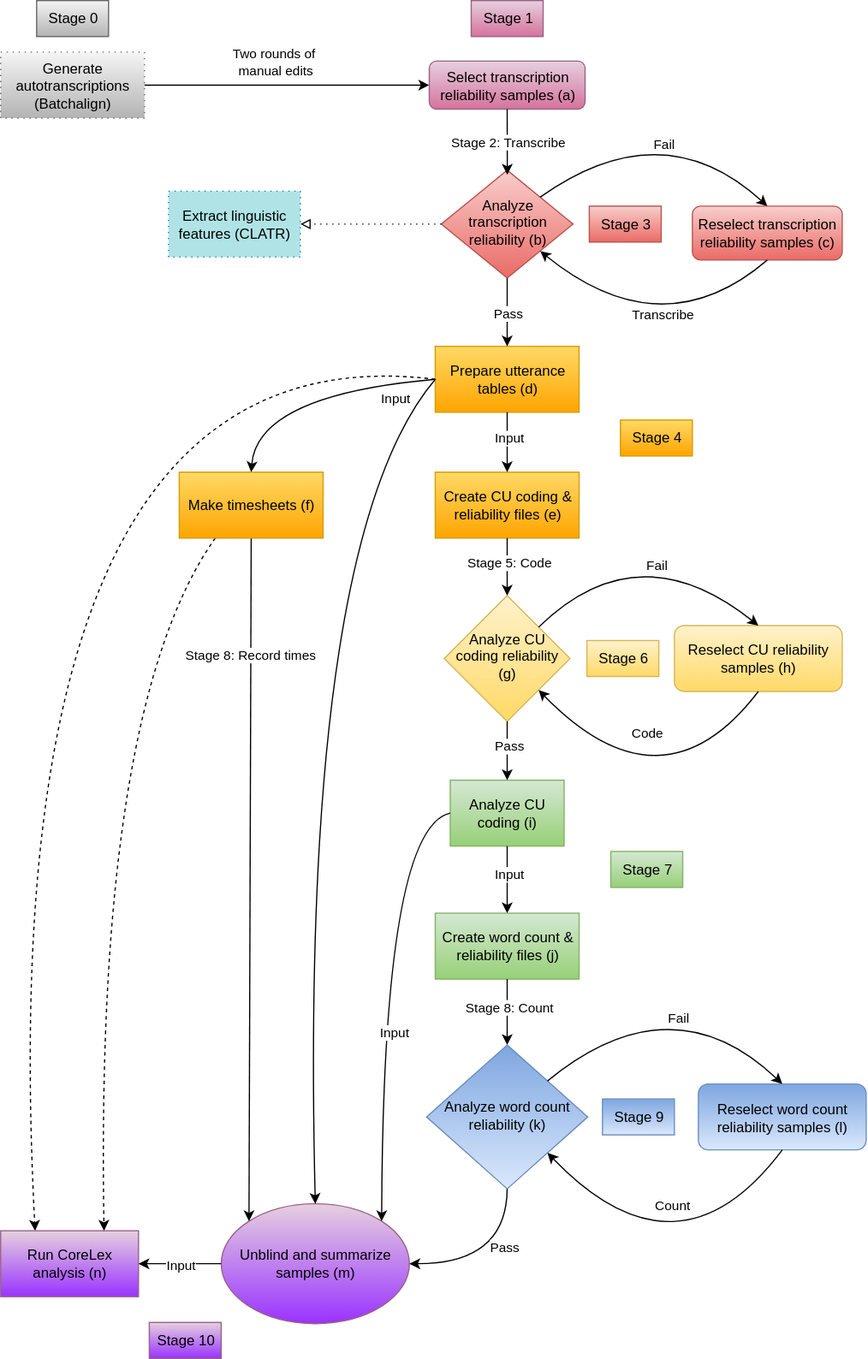
Above: images/RASCAL_workflowchart.svg in nmccloskey/RASCAL (draw.io), before the change. Source tidied: cells renumbered, new cells last; positions are measured from the earlier drawing's top-left corner, leaving out a move shared by most shapes.
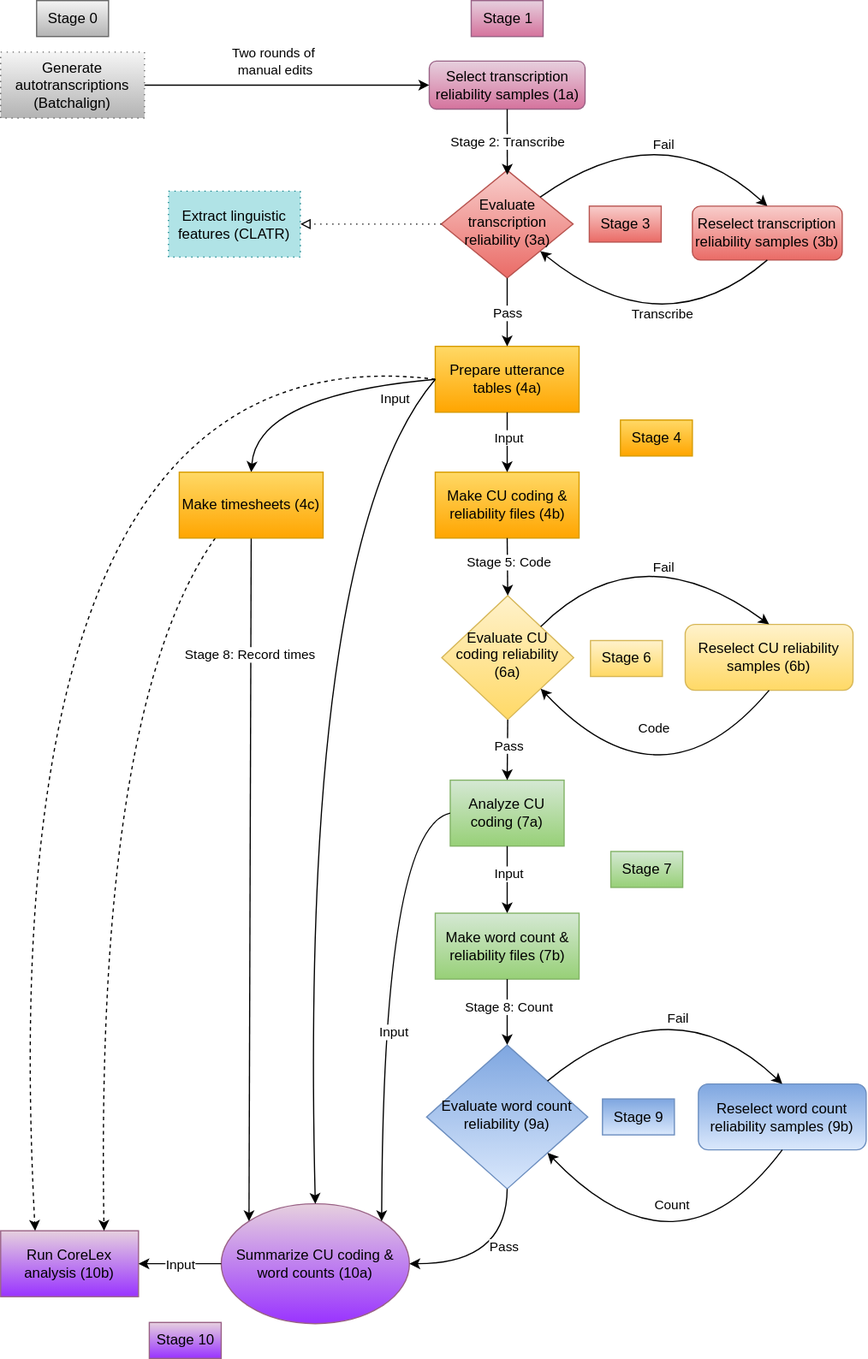
Above is the later version.

Diff of the diagram source:
```diff
@@ -2,43 +2,43 @@
   <root>
     <mxCell id="0" />
     <mxCell id="1" parent="0" />
-    <mxCell id="2" value="&lt;p style=&quot;margin-top: 0pt; margin-bottom: 0pt; margin-left: 0in; direction: ltr; unicode-bidi: embed; word-break: normal;&quot;&gt;&lt;font face=&quot;Helvetica&quot; style=&quot;font-size: 12px;&quot;&gt;Select transcription reliability samples (a)&lt;/font&gt;&lt;/p&gt;" style="rounded=1;whiteSpace=wrap;html=1;fontSize=12;glass=0;strokeWidth=1;shadow=0;fillColor=#e6d0de;strokeColor=#996185;gradientColor=#d5739d;" parent="1" vertex="1">
+    <mxCell id="2" value="&lt;p style=&quot;margin-top: 0pt; margin-bottom: 0pt; margin-left: 0in; direction: ltr; unicode-bidi: embed; word-break: normal;&quot;&gt;&lt;font face=&quot;Helvetica&quot; style=&quot;font-size: 12px;&quot;&gt;Select transcription reliability samples (1a)&lt;/font&gt;&lt;/p&gt;" style="rounded=1;whiteSpace=wrap;html=1;fontSize=12;glass=0;strokeWidth=1;shadow=0;fillColor=#e6d0de;strokeColor=#996185;gradientColor=#d5739d;" parent="1" vertex="1">
       <mxGeometry x="368.6" y="50.5" width="130" height="40" as="geometry" />
     </mxCell>
-    <mxCell id="3" value="&lt;p style=&quot;margin-top: 0pt; margin-bottom: 0pt; margin-left: 0in; direction: ltr; unicode-bidi: embed; word-break: normal;&quot;&gt;&lt;font face=&quot;Helvetica&quot; style=&quot;font-size: 12px;&quot;&gt;Analyze transcription reliability (b)&lt;/font&gt;&lt;/p&gt;" style="rhombus;whiteSpace=wrap;html=1;shadow=0;fontFamily=Helvetica;fontSize=12;align=center;strokeWidth=1;spacing=6;spacingTop=-4;fillColor=#f8cecc;strokeColor=#b85450;gradientColor=#ea6b66;" parent="1" vertex="1">
+    <mxCell id="3" value="&lt;p style=&quot;margin-top: 0pt; margin-bottom: 0pt; margin-left: 0in; direction: ltr; unicode-bidi: embed; word-break: normal;&quot;&gt;&lt;font face=&quot;Helvetica&quot; style=&quot;font-size: 12px;&quot;&gt;Evaluate transcription reliability (3a)&lt;/font&gt;&lt;/p&gt;" style="rhombus;whiteSpace=wrap;html=1;shadow=0;fontFamily=Helvetica;fontSize=12;align=center;strokeWidth=1;spacing=6;spacingTop=-4;fillColor=#f8cecc;strokeColor=#b85450;gradientColor=#ea6b66;" parent="1" vertex="1">
       <mxGeometry x="378.6" y="141.5" width="110" height="90" as="geometry" />
     </mxCell>
-    <mxCell id="4" value="Run CoreLex analysis (n)" style="rounded=0;whiteSpace=wrap;html=1;fillColor=#e6d0de;gradientColor=#9933FF;strokeColor=#996185;" parent="1" vertex="1">
+    <mxCell id="4" value="Run CoreLex analysis (10b)" style="rounded=0;whiteSpace=wrap;html=1;fillColor=#e6d0de;gradientColor=#9933FF;strokeColor=#996185;" parent="1" vertex="1">
       <mxGeometry x="11" y="1026.5" width="115" height="55" as="geometry" />
     </mxCell>
-    <mxCell id="5" value="&lt;font color=&quot;#000000&quot;&gt;Unblind and summarize samples (m)&lt;/font&gt;" style="ellipse;whiteSpace=wrap;html=1;fillColor=#e6d0de;strokeColor=#996185;gradientColor=#9933FF;gradientDirection=south;" parent="1" vertex="1">
+    <mxCell id="5" value="&lt;font color=&quot;#000000&quot;&gt;Summarize CU coding &amp;amp; word counts (10a)&lt;/font&gt;" style="ellipse;whiteSpace=wrap;html=1;fillColor=#e6d0de;strokeColor=#996185;gradientColor=#9933FF;gradientDirection=south;" parent="1" vertex="1">
       <mxGeometry x="195" y="1004" width="157" height="100" as="geometry" />
     </mxCell>
-    <mxCell id="6" value="&lt;p style=&quot;margin-top: 0pt; margin-bottom: 0pt; margin-left: 0in; direction: ltr; unicode-bidi: embed; word-break: normal;&quot;&gt;&lt;font face=&quot;Helvetica&quot; style=&quot;font-size: 12px;&quot;&gt;Reselect transcription reliability samples (c)&lt;/font&gt;&lt;/p&gt;" style="rounded=1;whiteSpace=wrap;html=1;fontSize=12;glass=0;strokeWidth=1;shadow=0;fillColor=#f8cecc;strokeColor=#b85450;gradientColor=#ea6b66;" parent="1" vertex="1">
+    <mxCell id="6" value="&lt;p style=&quot;margin-top: 0pt; margin-bottom: 0pt; margin-left: 0in; direction: ltr; unicode-bidi: embed; word-break: normal;&quot;&gt;&lt;font face=&quot;Helvetica&quot; style=&quot;font-size: 12px;&quot;&gt;Reselect transcription reliability samples (3b)&lt;/font&gt;&lt;/p&gt;" style="rounded=1;whiteSpace=wrap;html=1;fontSize=12;glass=0;strokeWidth=1;shadow=0;fillColor=#f8cecc;strokeColor=#b85450;gradientColor=#ea6b66;" parent="1" vertex="1">
       <mxGeometry x="588" y="171.5" width="125" height="45" as="geometry" />
     </mxCell>
-    <mxCell id="7" value="&lt;p style=&quot;margin-top: 0pt; margin-bottom: 0pt; margin-left: 0in; direction: ltr; unicode-bidi: embed; word-break: normal;&quot;&gt;Prepare utterance tables (d)&lt;br&gt;&lt;/p&gt;" style="rounded=0;whiteSpace=wrap;html=1;fontSize=12;glass=0;strokeWidth=1;shadow=0;fillColor=#FFD966;gradientColor=#ffa500;strokeColor=#d79b00;" parent="1" vertex="1">
+    <mxCell id="7" value="&lt;p style=&quot;margin-top: 0pt; margin-bottom: 0pt; margin-left: 0in; direction: ltr; unicode-bidi: embed; word-break: normal;&quot;&gt;Prepare utterance tables (4a)&lt;br&gt;&lt;/p&gt;" style="rounded=0;whiteSpace=wrap;html=1;fontSize=12;glass=0;strokeWidth=1;shadow=0;fillColor=#FFD966;gradientColor=#ffa500;strokeColor=#d79b00;" parent="1" vertex="1">
       <mxGeometry x="373.6" y="288.5" width="120" height="55" as="geometry" />
     </mxCell>
-    <mxCell id="8" value="&lt;p style=&quot;margin-top: 0pt; margin-bottom: 0pt; margin-left: 0in; direction: ltr; unicode-bidi: embed; word-break: normal;&quot;&gt;Create CU coding &amp;amp; reliability files (e)&lt;br&gt;&lt;/p&gt;" style="rounded=0;whiteSpace=wrap;html=1;fontSize=12;glass=0;strokeWidth=1;shadow=0;fillColor=#FFD966;gradientColor=#ffa500;strokeColor=#d79b00;" parent="1" vertex="1">
+    <mxCell id="8" value="&lt;p style=&quot;margin-top: 0pt; margin-bottom: 0pt; margin-left: 0in; direction: ltr; unicode-bidi: embed; word-break: normal;&quot;&gt;Make CU coding &amp;amp; reliability files (4b)&lt;br&gt;&lt;/p&gt;" style="rounded=0;whiteSpace=wrap;html=1;fontSize=12;glass=0;strokeWidth=1;shadow=0;fillColor=#FFD966;gradientColor=#ffa500;strokeColor=#d79b00;" parent="1" vertex="1">
       <mxGeometry x="373.6" y="393.5" width="120" height="55" as="geometry" />
     </mxCell>
-    <mxCell id="9" value="&lt;p style=&quot;margin-top: 0pt; margin-bottom: 0pt; margin-left: 0in; direction: ltr; unicode-bidi: embed; word-break: normal;&quot;&gt;Reselect CU reliability samples (h)&lt;/p&gt;" style="rounded=1;whiteSpace=wrap;html=1;fontSize=12;glass=0;strokeWidth=1;shadow=0;fillColor=#fff2cc;gradientColor=#ffd966;strokeColor=#d6b656;" parent="1" vertex="1">
-      <mxGeometry x="573" y="521.5" width="140" height="55" as="geometry" />
+    <mxCell id="9" value="&lt;p style=&quot;margin-top: 0pt; margin-bottom: 0pt; margin-left: 0in; direction: ltr; unicode-bidi: embed; word-break: normal;&quot;&gt;Reselect CU reliability samples (6b)&lt;/p&gt;" style="rounded=1;whiteSpace=wrap;html=1;fontSize=12;glass=0;strokeWidth=1;shadow=0;fillColor=#fff2cc;gradientColor=#ffd966;strokeColor=#d6b656;" parent="1" vertex="1">
+      <mxGeometry x="582" y="520.5" width="140" height="55" as="geometry" />
     </mxCell>
-    <mxCell id="10" value="&lt;p style=&quot;margin-top: 0pt; margin-bottom: 0pt; margin-left: 0in; direction: ltr; unicode-bidi: embed; word-break: normal;&quot;&gt;&lt;font color=&quot;#000000&quot; face=&quot;Helvetica&quot; style=&quot;font-size: 12px;&quot;&gt;Analyze word count reliability (k)&lt;/font&gt;&lt;/p&gt;" style="rhombus;whiteSpace=wrap;html=1;shadow=0;fontFamily=Helvetica;fontSize=12;align=center;strokeWidth=1;spacing=6;spacingTop=-4;fillColor=#dae8fc;strokeColor=#6c8ebf;gradientColor=#7ea6e0;gradientDirection=north;" parent="1" vertex="1">
+    <mxCell id="10" value="&lt;p style=&quot;margin-top: 0pt; margin-bottom: 0pt; margin-left: 0in; direction: ltr; unicode-bidi: embed; word-break: normal;&quot;&gt;&lt;font color=&quot;#000000&quot; face=&quot;Helvetica&quot; style=&quot;font-size: 12px;&quot;&gt;Evaluate word count reliability (9a)&lt;/font&gt;&lt;/p&gt;" style="rhombus;whiteSpace=wrap;html=1;shadow=0;fontFamily=Helvetica;fontSize=12;align=center;strokeWidth=1;spacing=6;spacingTop=-4;fillColor=#dae8fc;strokeColor=#6c8ebf;gradientColor=#7ea6e0;gradientDirection=north;" parent="1" vertex="1">
       <mxGeometry x="366.3" y="871.5" width="134.5" height="120" as="geometry" />
     </mxCell>
-    <mxCell id="11" value="&lt;p style=&quot;margin-top: 0pt; margin-bottom: 0pt; margin-left: 0in; direction: ltr; unicode-bidi: embed; word-break: normal;&quot;&gt;Analyze CU coding (i)&lt;br&gt;&lt;/p&gt;" style="rounded=0;whiteSpace=wrap;html=1;fontSize=12;glass=0;strokeWidth=1;shadow=0;fillColor=#d5e8d4;gradientColor=#97d077;strokeColor=#82b366;" parent="1" vertex="1">
+    <mxCell id="11" value="&lt;p style=&quot;margin-top: 0pt; margin-bottom: 0pt; margin-left: 0in; direction: ltr; unicode-bidi: embed; word-break: normal;&quot;&gt;Analyze CU coding (7a)&lt;br&gt;&lt;/p&gt;" style="rounded=0;whiteSpace=wrap;html=1;fontSize=12;glass=0;strokeWidth=1;shadow=0;fillColor=#d5e8d4;gradientColor=#97d077;strokeColor=#82b366;" parent="1" vertex="1">
       <mxGeometry x="386.1" y="650.5" width="95" height="55" as="geometry" />
     </mxCell>
-    <mxCell id="12" value="&lt;p style=&quot;margin-top: 0pt; margin-bottom: 0pt; margin-left: 0in; direction: ltr; unicode-bidi: embed; word-break: normal;&quot;&gt;Create word count &amp;amp; reliability files (j)&lt;br&gt;&lt;/p&gt;" style="rounded=0;whiteSpace=wrap;html=1;fontSize=12;glass=0;strokeWidth=1;shadow=0;fillColor=#d5e8d4;gradientColor=#97d077;strokeColor=#82b366;" parent="1" vertex="1">
+    <mxCell id="12" value="&lt;p style=&quot;margin-top: 0pt; margin-bottom: 0pt; margin-left: 0in; direction: ltr; unicode-bidi: embed; word-break: normal;&quot;&gt;Make word count &amp;amp; reliability files (7b)&lt;br&gt;&lt;/p&gt;" style="rounded=0;whiteSpace=wrap;html=1;fontSize=12;glass=0;strokeWidth=1;shadow=0;fillColor=#d5e8d4;gradientColor=#97d077;strokeColor=#82b366;" parent="1" vertex="1">
       <mxGeometry x="373.6" y="761.5" width="120" height="55" as="geometry" />
     </mxCell>
-    <mxCell id="13" value="&lt;p style=&quot;margin-top: 0pt; margin-bottom: 0pt; margin-left: 0in; direction: ltr; unicode-bidi: embed; word-break: normal;&quot;&gt;&lt;font face=&quot;Helvetica&quot; style=&quot;font-size: 12px;&quot;&gt;Analyze CU coding reliability (g)&lt;/font&gt;&lt;/p&gt;" style="rhombus;whiteSpace=wrap;html=1;shadow=0;fontFamily=Helvetica;fontSize=12;align=center;strokeWidth=1;spacing=6;spacingTop=-4;fillColor=#fff2cc;gradientColor=#ffd966;strokeColor=#d6b656;" parent="1" vertex="1">
-      <mxGeometry x="381.1" y="496.5" width="105" height="105" as="geometry" />
+    <mxCell id="13" value="&lt;p style=&quot;margin-top: 0pt; margin-bottom: 0pt; margin-left: 0in; direction: ltr; unicode-bidi: embed; word-break: normal;&quot;&gt;&lt;font face=&quot;Helvetica&quot; style=&quot;font-size: 12px;&quot;&gt;Evaluate CU coding reliability (6a)&lt;/font&gt;&lt;/p&gt;" style="rhombus;whiteSpace=wrap;html=1;shadow=0;fontFamily=Helvetica;fontSize=12;align=center;strokeWidth=1;spacing=6;spacingTop=-4;fillColor=#fff2cc;gradientColor=#ffd966;strokeColor=#d6b656;" parent="1" vertex="1">
+      <mxGeometry x="379" y="496.5" width="110" height="103.5" as="geometry" />
     </mxCell>
-    <mxCell id="14" value="&lt;p style=&quot;margin-top: 0pt; margin-bottom: 0pt; margin-left: 0in; direction: ltr; unicode-bidi: embed; word-break: normal;&quot;&gt;&lt;font color=&quot;#000000&quot;&gt;Reselect word count reliability samples (l)&lt;/font&gt;&lt;/p&gt;" style="rounded=1;whiteSpace=wrap;html=1;fontSize=12;glass=0;strokeWidth=1;shadow=0;fillColor=#dae8fc;strokeColor=#6c8ebf;gradientColor=#7ea6e0;gradientDirection=north;" parent="1" vertex="1">
+    <mxCell id="14" value="&lt;p style=&quot;margin-top: 0pt; margin-bottom: 0pt; margin-left: 0in; direction: ltr; unicode-bidi: embed; word-break: normal;&quot;&gt;&lt;font color=&quot;#000000&quot;&gt;Reselect word count reliability samples (9b)&lt;/font&gt;&lt;/p&gt;" style="rounded=1;whiteSpace=wrap;html=1;fontSize=12;glass=0;strokeWidth=1;shadow=0;fillColor=#dae8fc;strokeColor=#6c8ebf;gradientColor=#7ea6e0;gradientDirection=north;" parent="1" vertex="1">
       <mxGeometry x="593" y="904" width="140" height="55" as="geometry" />
     </mxCell>
     <mxCell id="15" style="endArrow=classic;html=1;rounded=0;exitX=0.5;exitY=1;exitDx=0;exitDy=0;entryX=0.501;entryY=0.042;entryDx=0;entryDy=0;entryPerimeter=0;" parent="1" edge="1" source="2" target="3">
@@ -252,7 +252,7 @@
       <mxGeometry x="528" y="350" width="60" height="30" as="geometry" />
     </mxCell>
     <mxCell id="63" value="Stage 6" style="text;html=1;align=center;verticalAlign=middle;strokeColor=#d6b656;fillColor=#fff2cc;gradientColor=#ffd966;" parent="1" vertex="1">
-      <mxGeometry x="500" y="534" width="60" height="30" as="geometry" />
+      <mxGeometry x="503" y="534" width="60" height="30" as="geometry" />
     </mxCell>
     <mxCell id="64" value="Stage 7" style="text;html=1;align=center;verticalAlign=middle;strokeColor=#82b366;fillColor=#d5e8d4;gradientColor=#97d077;" parent="1" vertex="1">
       <mxGeometry x="520" y="710" width="60" height="30" as="geometry" />
@@ -263,7 +263,7 @@
     <mxCell id="66" value="Stage 10" style="text;html=1;align=center;verticalAlign=middle;strokeColor=#996185;fillColor=#e6d0de;gradientColor=#9933FF;" parent="1" vertex="1">
       <mxGeometry x="135" y="1103" width="60" height="30" as="geometry" />
     </mxCell>
-    <mxCell id="67" value="&lt;p style=&quot;margin-top: 0pt; margin-bottom: 0pt; margin-left: 0in; direction: ltr; unicode-bidi: embed; word-break: normal;&quot;&gt;Make timesheets&amp;nbsp;&lt;span style=&quot;background-color: initial;&quot;&gt;(f)&lt;/span&gt;&lt;/p&gt;" style="rounded=0;whiteSpace=wrap;html=1;fontSize=12;glass=0;strokeWidth=1;shadow=0;fillColor=#FFD966;gradientColor=#ffa500;strokeColor=#d79b00;" parent="1" vertex="1">
+    <mxCell id="67" value="&lt;p style=&quot;margin-top: 0pt; margin-bottom: 0pt; margin-left: 0in; direction: ltr; unicode-bidi: embed; word-break: normal;&quot;&gt;Make timesheets&amp;nbsp;&lt;span style=&quot;background-color: initial;&quot;&gt;(4c)&lt;/span&gt;&lt;/p&gt;" style="rounded=0;whiteSpace=wrap;html=1;fontSize=12;glass=0;strokeWidth=1;shadow=0;fillColor=#FFD966;gradientColor=#ffa500;strokeColor=#d79b00;" parent="1" vertex="1">
       <mxGeometry x="160" y="393.5" width="120" height="55" as="geometry" />
     </mxCell>
   </root>
```
